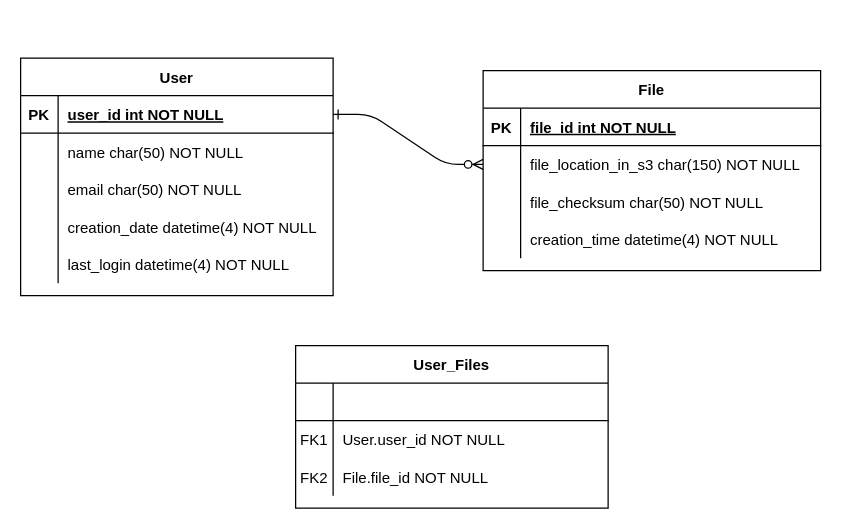
This is architecture/sql_er_diagram.drawio from pankaj-giri/upload_download_service, a draw.io file, before an edit. Source tidied: cells renumbered, new cells numbered last; positions are measured from the earlier drawing's top-left corner, leaving out a move shared by most shapes. Both pictures are drawn from the tidied source at 125%, with x=0, y=0 at pixel (20, 58).
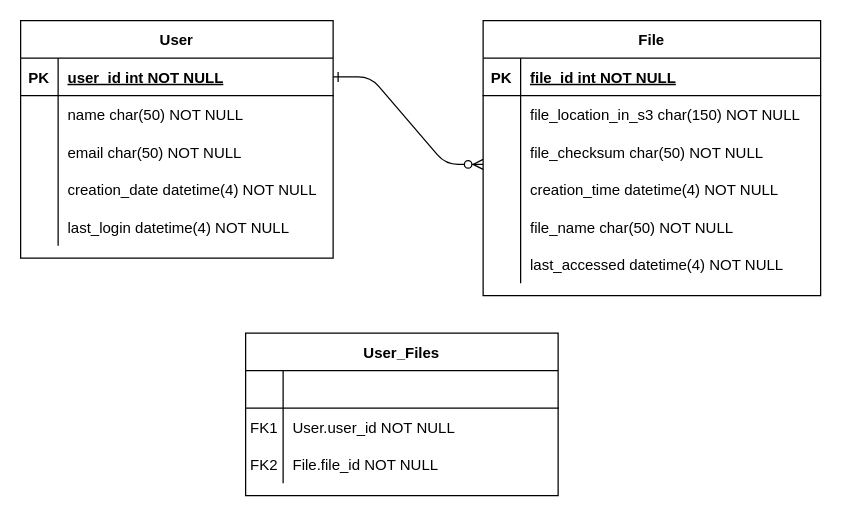
The same page after the edit.

What changed in the source:
```diff
@@
     <mxCell id="3" value="File" style="shape=table;startSize=30;childLayout=tableLayout;rowLines=0;fontStyle=1;align=center;" parent="1" vertex="1">
-      <mxGeometry x="370" y="10" width="270" height="160" as="geometry" />
+      <mxGeometry x="370" y="-30" width="270" height="220" as="geometry" />
     </mxCell>
@@
+    <mxCell id="42" style="shape=partialRectangle;fillColor=none;top=0;left=0;right=0;bottom=0;" parent="3" vertex="1">
+      <mxGeometry y="150" width="270" height="30" as="geometry" />
+    </mxCell>
+    <mxCell id="43" style="shape=partialRectangle;overflow=hidden;fillColor=none;top=0;left=0;bottom=0;right=0;" parent="42" vertex="1">
+      <mxGeometry width="30" height="30" as="geometry" />
+    </mxCell>
+    <mxCell id="44" value="file_name char(50) NOT NULL" style="shape=partialRectangle;overflow=hidden;fillColor=none;top=0;left=0;bottom=0;right=0;align=left;spacingLeft=6;" parent="42" vertex="1">
+      <mxGeometry x="30" width="240" height="30" as="geometry" />
+    </mxCell>
+    <mxCell id="45" style="shape=partialRectangle;fillColor=none;top=0;left=0;right=0;bottom=0;" parent="3" vertex="1">
+      <mxGeometry y="180" width="270" height="30" as="geometry" />
+    </mxCell>
+    <mxCell id="46" style="shape=partialRectangle;overflow=hidden;fillColor=none;top=0;left=0;bottom=0;right=0;" parent="45" vertex="1">
+      <mxGeometry width="30" height="30" as="geometry" />
+    </mxCell>
+    <mxCell id="47" value="last_accessed datetime(4) NOT NULL" style="shape=partialRectangle;overflow=hidden;fillColor=none;top=0;left=0;bottom=0;right=0;align=left;spacingLeft=6;" parent="45" vertex="1">
+      <mxGeometry x="30" width="240" height="30" as="geometry" />
+    </mxCell>
     <mxCell id="16" value="User_Files" style="shape=table;startSize=30;childLayout=tableLayout;rowLines=0;fontStyle=1;align=center;" parent="1" vertex="1">
-      <mxGeometry x="220" y="230" width="250" height="130" as="geometry" />
+      <mxGeometry x="180" y="220" width="250" height="130" as="geometry" />
     </mxCell>
@@
     <mxCell id="26" value="User" style="shape=table;startSize=30;childLayout=tableLayout;rowLines=0;fontStyle=1;align=center;" parent="1" vertex="1">
-      <mxGeometry width="250" height="190" as="geometry" />
+      <mxGeometry y="-30" width="250" height="190" as="geometry" />
     </mxCell>
```
